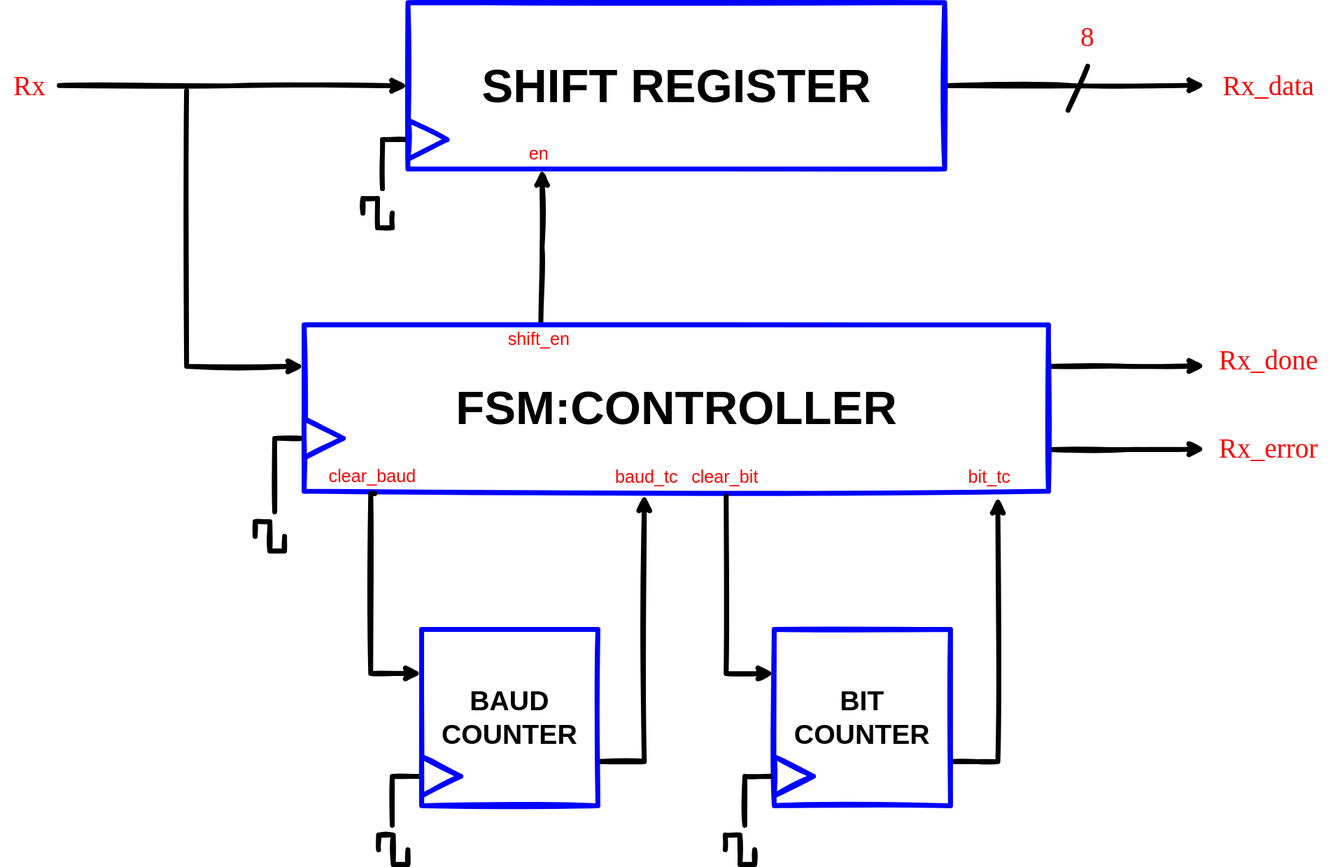
This is diagrams/Receiver/Receiver RTL Design.drawio.svg from mubbie/es31-wordle, a draw.io export, as it was before one commit. Source tidied: cells renumbered, new cells last; positions are measured from the earlier drawing's top-left corner, leaving out a move shared by most shapes.
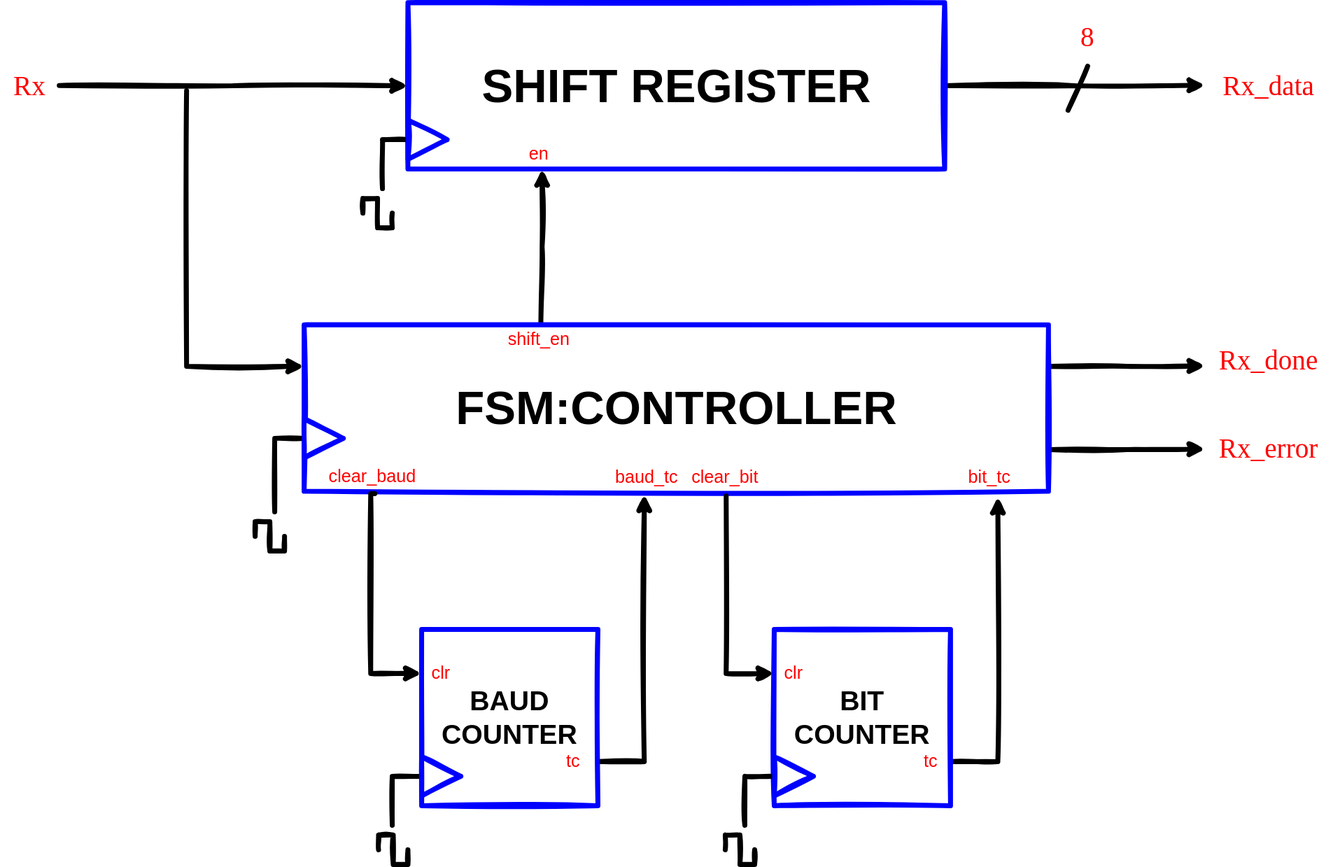
After the change.

Change to the diagram source:
```diff
@@ -157,5 +157,17 @@
     <mxCell id="43" value="8" style="text;html=1;strokeColor=none;fillColor=none;align=center;verticalAlign=middle;whiteSpace=wrap;rounded=0;sketch=1;fontFamily=Comic Sans MS;fontSize=28;fontColor=#FF0000;" parent="1" vertex="1">
       <mxGeometry x="1080" y="20" width="60" height="30" as="geometry" />
     </mxCell>
+    <mxCell id="44" value="&lt;font style=&quot;font-size: 18px;&quot;&gt;tc&lt;/font&gt;" style="text;html=1;strokeColor=none;fillColor=none;align=center;verticalAlign=middle;whiteSpace=wrap;rounded=0;sketch=1;fontSize=16;fontColor=#FF0000;" parent="1" vertex="1">
+      <mxGeometry x="565" y="760" width="40" height="30" as="geometry" />
+    </mxCell>
+    <mxCell id="45" value="&lt;font style=&quot;font-size: 18px;&quot;&gt;tc&lt;/font&gt;" style="text;html=1;strokeColor=none;fillColor=none;align=center;verticalAlign=middle;whiteSpace=wrap;rounded=0;sketch=1;fontSize=16;fontColor=#FF0000;" parent="1" vertex="1">
+      <mxGeometry x="930" y="760" width="40" height="30" as="geometry" />
+    </mxCell>
+    <mxCell id="46" value="&lt;font style=&quot;font-size: 18px;&quot;&gt;clr&lt;/font&gt;" style="text;html=1;strokeColor=none;fillColor=none;align=center;verticalAlign=middle;whiteSpace=wrap;rounded=0;sketch=1;fontSize=16;fontColor=#FF0000;" parent="1" vertex="1">
+      <mxGeometry x="790" y="670" width="40" height="30" as="geometry" />
+    </mxCell>
+    <mxCell id="47" value="&lt;font style=&quot;font-size: 18px;&quot;&gt;clr&lt;/font&gt;" style="text;html=1;strokeColor=none;fillColor=none;align=center;verticalAlign=middle;whiteSpace=wrap;rounded=0;sketch=1;fontSize=16;fontColor=#FF0000;" parent="1" vertex="1">
+      <mxGeometry x="430" y="670" width="40" height="30" as="geometry" />
+    </mxCell>
   </root>
 </mxGraphModel>
```
